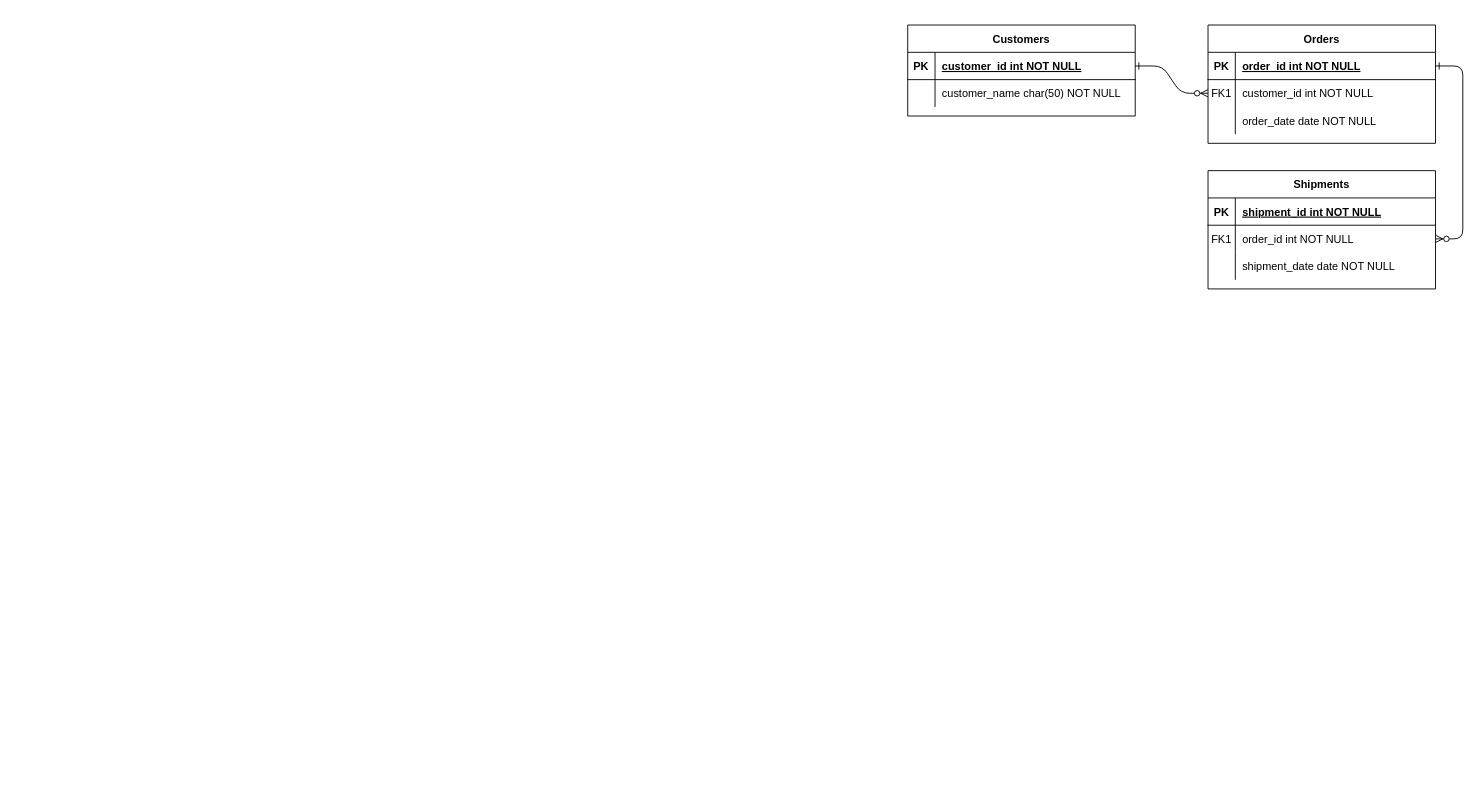
Above: Başlıksız Diyagram.drawio in bilalerdemm/ABAP-Exercises (draw.io), before the change. Source tidied: cells renumbered, new cells numbered last; positions are measured from the earlier drawing's top-left corner, leaving out a move shared by most shapes. Both pictures are drawn from the tidied source at 91%, with x=0, y=0 at pixel (907, 25).
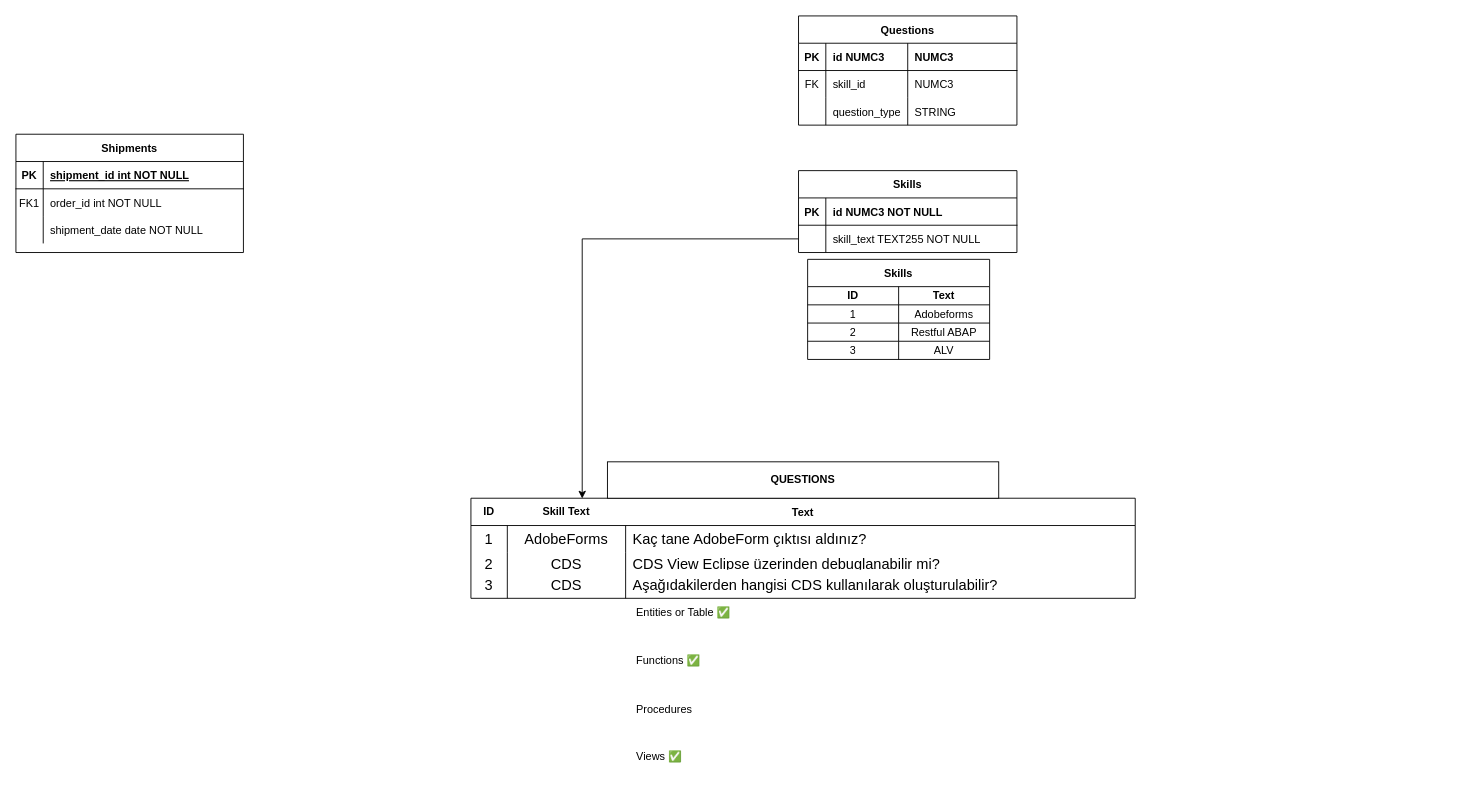
Above is the later version.

The change refers to these unchanged cells:
```xml
<mxCell id="18" style="shape=partialRectangle;fillColor=none;points=[[0,0.5],[1,0.5]];portConstraint=eastwest;top=0;left=0;right=0;bottom=0;" parent="14" vertex="1">
  <mxGeometry y="60" width="250" height="30" as="geometry" />
</mxCell>
```

Change to the diagram source:
```diff
@@
-    <mxCell id="2" style="edgeStyle=entityRelationEdgeStyle;endArrow=ERzeroToMany;startArrow=ERone;endFill=1;startFill=0;" parent="1" edge="1" source="25" target="8">
-      <mxGeometry relative="1" as="geometry" />
-    </mxCell>
-    <mxCell id="3" style="edgeStyle=entityRelationEdgeStyle;endArrow=ERzeroToMany;startArrow=ERone;endFill=1;startFill=0;" parent="1" edge="1" source="5" target="18">
-      <mxGeometry relative="1" as="geometry" />
-    </mxCell>
-    <mxCell id="4" value="Orders" style="shape=table;startSize=30;childLayout=tableLayout;rowLines=0;fontStyle=1;align=center;" parent="1" vertex="1">
-      <mxGeometry x="330" width="250" height="130" as="geometry" />
-    </mxCell>
-    <mxCell id="5" style="shape=partialRectangle;fillColor=none;points=[[0,0.5],[1,0.5]];portConstraint=eastwest;top=0;left=0;right=0;bottom=1;" parent="4" vertex="1">
-      <mxGeometry y="30" width="250" height="30" as="geometry" />
-    </mxCell>
-    <mxCell id="6" value="PK" style="shape=partialRectangle;overflow=hidden;fillColor=none;top=0;left=0;bottom=0;right=0;fontStyle=1;" parent="5" vertex="1">
-      <mxGeometry width="30" height="30" as="geometry" />
-    </mxCell>
-    <mxCell id="7" value="order_id int NOT NULL " style="shape=partialRectangle;overflow=hidden;fillColor=none;top=0;left=0;bottom=0;right=0;align=left;spacingLeft=6;fontStyle=5;" parent="5" vertex="1">
-      <mxGeometry x="30" width="220" height="30" as="geometry" />
-    </mxCell>
-    <mxCell id="8" style="shape=partialRectangle;fillColor=none;points=[[0,0.5],[1,0.5]];portConstraint=eastwest;top=0;left=0;right=0;bottom=0;" parent="4" vertex="1">
-      <mxGeometry y="60" width="250" height="30" as="geometry" />
-    </mxCell>
-    <mxCell id="9" value="FK1" style="shape=partialRectangle;overflow=hidden;fillColor=none;top=0;left=0;bottom=0;right=0;" parent="8" vertex="1">
-      <mxGeometry width="30" height="30" as="geometry" />
-    </mxCell>
-    <mxCell id="10" value="customer_id int NOT NULL" style="shape=partialRectangle;overflow=hidden;fillColor=none;top=0;left=0;bottom=0;right=0;align=left;spacingLeft=6;" parent="8" vertex="1">
-      <mxGeometry x="30" width="220" height="30" as="geometry" />
-    </mxCell>
-    <mxCell id="11" style="shape=partialRectangle;fillColor=none;top=0;left=0;right=0;bottom=0;" parent="4" vertex="1">
-      <mxGeometry y="90" width="250" height="30" as="geometry" />
-    </mxCell>
-    <mxCell id="12" style="shape=partialRectangle;overflow=hidden;fillColor=none;top=0;left=0;bottom=0;right=0;" parent="11" vertex="1">
-      <mxGeometry width="30" height="30" as="geometry" />
-    </mxCell>
-    <mxCell id="13" value="order_date date NOT NULL" style="shape=partialRectangle;overflow=hidden;fillColor=none;top=0;left=0;bottom=0;right=0;align=left;spacingLeft=6;" parent="11" vertex="1">
-      <mxGeometry x="30" width="220" height="30" as="geometry" />
-    </mxCell>
     <mxCell id="14" value="Shipments" style="shape=table;startSize=30;childLayout=tableLayout;rowLines=0;fontStyle=1;align=center;" parent="1" vertex="1">
-      <mxGeometry x="330" y="160" width="250" height="130" as="geometry" />
+      <mxGeometry x="-980" y="120" width="250" height="130" as="geometry" />
     </mxCell>
@@
-    <mxCell id="24" value="Customers" style="shape=table;startSize=30;childLayout=tableLayout;rowLines=0;fontStyle=1;align=center;" parent="1" vertex="1">
-      <mxGeometry width="250" height="100" as="geometry" />
+    <mxCell id="24" value="Skills" style="shape=table;startSize=30;childLayout=tableLayout;rowLines=0;fontStyle=1;align=center;" parent="1" vertex="1">
+      <mxGeometry x="-120" y="160" width="240" height="90" as="geometry" />
     </mxCell>
     <mxCell id="25" style="shape=partialRectangle;fillColor=none;points=[[0,0.5],[1,0.5]];portConstraint=eastwest;top=0;left=0;right=0;bottom=1;" parent="24" vertex="1">
-      <mxGeometry y="30" width="250" height="30" as="geometry" />
+      <mxGeometry y="30" width="240" height="30" as="geometry" />
     </mxCell>
@@
-    <mxCell id="27" value="customer_id int NOT NULL " style="shape=partialRectangle;overflow=hidden;fillColor=none;top=0;left=0;bottom=0;right=0;align=left;spacingLeft=6;fontStyle=5;" parent="25" vertex="1">
-      <mxGeometry x="30" width="220" height="30" as="geometry" />
+    <mxCell id="27" value="id NUMC3 NOT NULL" style="shape=partialRectangle;overflow=hidden;fillColor=none;top=0;left=0;bottom=0;right=0;align=left;spacingLeft=6;fontStyle=1;" parent="25" vertex="1">
+      <mxGeometry x="30" width="210" height="30" as="geometry" />
     </mxCell>
     <mxCell id="28" style="shape=partialRectangle;fillColor=none;points=[[0,0.5],[1,0.5]];portConstraint=eastwest;top=0;left=0;right=0;bottom=0;" parent="24" vertex="1">
-      <mxGeometry y="60" width="250" height="30" as="geometry" />
+      <mxGeometry y="60" width="240" height="30" as="geometry" />
     </mxCell>
@@
-    <mxCell id="30" value="customer_name char(50) NOT NULL" style="shape=partialRectangle;overflow=hidden;fillColor=none;top=0;left=0;bottom=0;right=0;align=left;spacingLeft=6;" parent="28" vertex="1">
-      <mxGeometry x="30" width="220" height="30" as="geometry" />
+    <mxCell id="30" value="skill_text TEXT255 NOT NULL" style="shape=partialRectangle;overflow=hidden;fillColor=none;top=0;left=0;bottom=0;right=0;align=left;spacingLeft=6;" parent="28" vertex="1">
+      <mxGeometry x="30" width="210" height="30" as="geometry" />
     </mxCell>
+    <mxCell id="31" value="Skills" style="shape=table;startSize=30;childLayout=tableLayout;strokeColor=default;fontSize=12;fontStyle=1;" parent="1" vertex="1">
+      <mxGeometry x="-110" y="257.5" width="200" height="110" as="geometry" />
+    </mxCell>
+    <mxCell id="32" style="shape=tableRow;horizontal=0;startSize=0;swimlaneHead=0;swimlaneBody=0;strokeColor=inherit;top=0;left=0;bottom=0;right=0;fillColor=none;fontSize=16;" parent="31" vertex="1">
+      <mxGeometry y="30" width="200" height="20" as="geometry" />
+    </mxCell>
+    <mxCell id="33" value="ID" style="shape=partialRectangle;html=1;whiteSpace=wrap;strokeColor=inherit;overflow=hidden;fillColor=none;top=0;left=0;bottom=0;right=0;fontSize=12;fontStyle=1;" parent="32" vertex="1">
+      <mxGeometry width="100" height="20" as="geometry" />
+    </mxCell>
+    <mxCell id="34" value="Text" style="shape=partialRectangle;html=1;whiteSpace=wrap;strokeColor=inherit;overflow=hidden;fillColor=none;top=0;left=0;bottom=0;right=0;fontSize=12;fontStyle=1;" parent="32" vertex="1">
+      <mxGeometry x="100" width="100" height="20" as="geometry" />
+    </mxCell>
+    <mxCell id="35" style="shape=tableRow;horizontal=0;startSize=0;swimlaneHead=0;swimlaneBody=0;strokeColor=inherit;top=0;left=0;bottom=0;right=0;fillColor=none;fontSize=16;" parent="31" vertex="1">
+      <mxGeometry y="50" width="200" height="20" as="geometry" />
+    </mxCell>
+    <mxCell id="36" value="1" style="shape=partialRectangle;html=1;whiteSpace=wrap;strokeColor=inherit;overflow=hidden;fillColor=none;top=0;left=0;bottom=0;right=0;fontSize=12;" parent="35" vertex="1">
+      <mxGeometry width="100" height="20" as="geometry" />
+    </mxCell>
+    <mxCell id="37" value="Adobeforms" style="shape=partialRectangle;html=1;whiteSpace=wrap;strokeColor=inherit;overflow=hidden;fillColor=none;top=0;left=0;bottom=0;right=0;fontSize=12;" parent="35" vertex="1">
+      <mxGeometry x="100" width="100" height="20" as="geometry" />
+    </mxCell>
+    <mxCell id="38" style="shape=tableRow;horizontal=0;startSize=0;swimlaneHead=0;swimlaneBody=0;strokeColor=inherit;top=0;left=0;bottom=0;right=0;fillColor=none;fontSize=16;" parent="31" vertex="1">
+      <mxGeometry y="70" width="200" height="20" as="geometry" />
+    </mxCell>
+    <mxCell id="39" value="2" style="shape=partialRectangle;html=1;whiteSpace=wrap;strokeColor=inherit;overflow=hidden;fillColor=none;top=0;left=0;bottom=0;right=0;fontSize=12;" parent="38" vertex="1">
+      <mxGeometry width="100" height="20" as="geometry" />
+    </mxCell>
+    <mxCell id="40" value="Restful ABAP" style="shape=partialRectangle;html=1;whiteSpace=wrap;strokeColor=inherit;overflow=hidden;fillColor=none;top=0;left=0;bottom=0;right=0;fontSize=12;" parent="38" vertex="1">
+      <mxGeometry x="100" width="100" height="20" as="geometry" />
+    </mxCell>
+    <mxCell id="41" style="shape=tableRow;horizontal=0;startSize=0;swimlaneHead=0;swimlaneBody=0;strokeColor=inherit;top=0;left=0;bottom=0;right=0;fillColor=none;fontSize=16;" parent="31" vertex="1">
+      <mxGeometry y="90" width="200" height="20" as="geometry" />
+    </mxCell>
+    <mxCell id="42" value="3" style="shape=partialRectangle;html=1;whiteSpace=wrap;strokeColor=inherit;overflow=hidden;fillColor=none;top=0;left=0;bottom=0;right=0;fontSize=12;" parent="41" vertex="1">
+      <mxGeometry width="100" height="20" as="geometry" />
+    </mxCell>
+    <mxCell id="43" value="ALV" style="shape=partialRectangle;html=1;whiteSpace=wrap;strokeColor=inherit;overflow=hidden;fillColor=none;top=0;left=0;bottom=0;right=0;fontSize=12;" parent="41" vertex="1">
+      <mxGeometry x="100" width="100" height="20" as="geometry" />
+    </mxCell>
+    <mxCell id="44" value="Text" style="shape=table;startSize=30;childLayout=tableLayout;rowLines=0;fontStyle=1;strokeColor=default;fontSize=12;" parent="1" vertex="1">
+      <mxGeometry x="-480" y="520" width="730" height="110" as="geometry" />
+    </mxCell>
+    <mxCell id="45" style="shape=tableRow;horizontal=0;startSize=0;swimlaneHead=0;swimlaneBody=0;top=0;left=0;bottom=0;right=0;fillColor=none;strokeColor=inherit;fontSize=16;" parent="44" vertex="1">
+      <mxGeometry y="30" width="730" height="30" as="geometry" />
+    </mxCell>
+    <mxCell id="46" value="1" style="shape=partialRectangle;html=1;whiteSpace=wrap;fillColor=none;top=0;left=0;bottom=0;right=0;overflow=hidden;strokeColor=inherit;fontSize=16;" parent="45" vertex="1">
+      <mxGeometry width="40" height="30" as="geometry" />
+    </mxCell>
+    <mxCell id="47" value="AdobeForms" style="shape=partialRectangle;html=1;whiteSpace=wrap;fillColor=none;top=0;left=0;bottom=0;right=0;overflow=hidden;strokeColor=inherit;fontSize=16;" parent="45" vertex="1">
+      <mxGeometry x="40" width="130" height="30" as="geometry" />
+    </mxCell>
+    <mxCell id="48" value="Kaç tane AdobeForm çıktısı aldınız?" style="shape=partialRectangle;html=1;whiteSpace=wrap;fillColor=none;top=0;left=0;bottom=0;right=0;align=left;spacingLeft=6;overflow=hidden;strokeColor=inherit;fontSize=16;" parent="45" vertex="1">
+      <mxGeometry x="170" width="560" height="30" as="geometry" />
+    </mxCell>
+    <mxCell id="49" style="shape=tableRow;horizontal=0;startSize=0;swimlaneHead=0;swimlaneBody=0;top=0;left=0;bottom=0;right=0;fillColor=none;strokeColor=inherit;fontSize=16;" parent="44" vertex="1">
+      <mxGeometry y="60" width="730" height="20" as="geometry" />
+    </mxCell>
+    <mxCell id="50" value="2" style="shape=partialRectangle;html=1;whiteSpace=wrap;fillColor=none;top=0;left=0;bottom=0;right=0;overflow=hidden;strokeColor=inherit;fontSize=16;" parent="49" vertex="1">
+      <mxGeometry width="40" height="20" as="geometry" />
+    </mxCell>
+    <mxCell id="51" value="CDS" style="shape=partialRectangle;html=1;whiteSpace=wrap;fillColor=none;top=0;left=0;bottom=0;right=0;overflow=hidden;strokeColor=inherit;fontSize=16;" parent="49" vertex="1">
+      <mxGeometry x="40" width="130" height="20" as="geometry" />
+    </mxCell>
+    <mxCell id="52" value="CDS View Eclipse üzerinden debuglanabilir mi?" style="shape=partialRectangle;html=1;whiteSpace=wrap;fillColor=none;top=0;left=0;bottom=0;right=0;align=left;spacingLeft=6;overflow=hidden;strokeColor=inherit;fontSize=16;" parent="49" vertex="1">
+      <mxGeometry x="170" width="560" height="20" as="geometry" />
+    </mxCell>
+    <mxCell id="53" style="shape=tableRow;horizontal=0;startSize=0;swimlaneHead=0;swimlaneBody=0;top=0;left=0;bottom=0;right=0;fillColor=none;strokeColor=inherit;fontSize=16;" parent="44" vertex="1">
+      <mxGeometry y="80" width="730" height="30" as="geometry" />
+    </mxCell>
+    <mxCell id="54" value="3" style="shape=partialRectangle;html=1;whiteSpace=wrap;fillColor=none;top=0;left=0;bottom=0;right=0;overflow=hidden;strokeColor=inherit;fontSize=16;" parent="53" vertex="1">
+      <mxGeometry width="40" height="30" as="geometry" />
+    </mxCell>
+    <mxCell id="55" value="CDS" style="shape=partialRectangle;html=1;whiteSpace=wrap;fillColor=none;top=0;left=0;bottom=0;right=0;overflow=hidden;strokeColor=inherit;fontSize=16;" parent="53" vertex="1">
+      <mxGeometry x="40" width="130" height="30" as="geometry" />
+    </mxCell>
+    <mxCell id="56" value="Aşağıdakilerden hangisi CDS kullanılarak oluşturulabilir?" style="shape=partialRectangle;html=1;whiteSpace=wrap;fillColor=none;top=0;left=0;bottom=0;right=0;align=left;spacingLeft=6;overflow=hidden;strokeColor=inherit;fontSize=16;" parent="53" vertex="1">
+      <mxGeometry x="170" width="560" height="30" as="geometry" />
+    </mxCell>
+    <mxCell id="57" value="&lt;b&gt;ID&lt;/b&gt;" style="text;html=1;strokeColor=none;fillColor=none;align=center;verticalAlign=middle;whiteSpace=wrap;rounded=0;" parent="1" vertex="1">
+      <mxGeometry x="-490" y="520" width="60" height="30" as="geometry" />
+    </mxCell>
+    <mxCell id="58" value="&lt;p&gt;Entities or Table ✅&lt;/p&gt;&#10;&lt;p&gt;Functions           ✅&lt;/p&gt;&#10;&lt;p&gt;Procedures&lt;/p&gt;&#10;&lt;p&gt;Views                  ✅&lt;/p&gt;" style="text;whiteSpace=wrap;html=1;" parent="1" vertex="1">
+      <mxGeometry x="-300" y="620" width="320" height="220" as="geometry" />
+    </mxCell>
+    <mxCell id="59" value="&lt;b&gt;Skill Text&lt;/b&gt;" style="text;html=1;strokeColor=none;fillColor=none;align=center;verticalAlign=middle;whiteSpace=wrap;rounded=0;" parent="1" vertex="1">
+      <mxGeometry x="-440" y="520" width="130" height="30" as="geometry" />
+    </mxCell>
+    <mxCell id="60" style="edgeStyle=orthogonalEdgeStyle;rounded=0;jettySize=auto;html=1;exitX=0;exitY=0.5;exitDx=0;exitDy=0;entryX=0.633;entryY=0.011;entryDx=0;entryDy=0;entryPerimeter=0;" parent="1" edge="1" source="28" target="59">
+      <mxGeometry relative="1" as="geometry" />
+    </mxCell>
+    <mxCell id="61" value="&lt;b&gt;QUESTIONS&lt;/b&gt;" style="whiteSpace=wrap;html=1;align=center;" parent="1" vertex="1">
+      <mxGeometry x="-330" y="480" width="430" height="40" as="geometry" />
+    </mxCell>
+    <mxCell id="62" style="group;" parent="1" vertex="1">
+      <mxGeometry x="-120" y="-10" width="240" height="120" as="geometry" />
+    </mxCell>
+    <mxCell id="4" value="Questions" style="shape=table;startSize=30;childLayout=tableLayout;rowLines=0;fontStyle=1;align=center;" parent="62" vertex="1">
+      <mxGeometry width="240" height="120" as="geometry" />
+    </mxCell>
+    <mxCell id="5" style="shape=partialRectangle;fillColor=none;points=[[0,0.5],[1,0.5]];portConstraint=eastwest;top=0;left=0;right=0;bottom=1;" parent="4" vertex="1">
+      <mxGeometry y="30" width="240" height="30" as="geometry" />
+    </mxCell>
+    <mxCell id="6" value="PK" style="shape=partialRectangle;overflow=hidden;fillColor=none;top=0;left=0;bottom=0;right=0;fontStyle=1;" parent="5" vertex="1">
+      <mxGeometry width="30" height="30" as="geometry" />
+    </mxCell>
+    <mxCell id="7" value="id NUMC3 " style="shape=partialRectangle;overflow=hidden;fillColor=none;top=0;left=0;bottom=0;right=0;align=left;spacingLeft=6;fontStyle=1;" parent="5" vertex="1">
+      <mxGeometry x="30" width="90" height="30" as="geometry" />
+    </mxCell>
+    <mxCell id="63" value="NUMC3" style="shape=partialRectangle;overflow=hidden;fillColor=none;top=0;left=0;bottom=0;right=0;align=left;spacingLeft=6;fontStyle=1;" parent="5" vertex="1">
+      <mxGeometry x="120" width="120" height="30" as="geometry" />
+    </mxCell>
+    <mxCell id="8" style="shape=partialRectangle;fillColor=none;points=[[0,0.5],[1,0.5]];portConstraint=eastwest;top=0;left=0;right=0;bottom=0;" parent="4" vertex="1">
+      <mxGeometry y="60" width="240" height="30" as="geometry" />
+    </mxCell>
+    <mxCell id="9" value="FK" style="shape=partialRectangle;overflow=hidden;fillColor=none;top=0;left=0;bottom=0;right=0;" parent="8" vertex="1">
+      <mxGeometry width="30" height="30" as="geometry" />
+    </mxCell>
+    <mxCell id="10" value="skill_id " style="shape=partialRectangle;overflow=hidden;fillColor=none;top=0;left=0;bottom=0;right=0;align=left;spacingLeft=6;" parent="8" vertex="1">
+      <mxGeometry x="30" width="90" height="30" as="geometry" />
+    </mxCell>
+    <mxCell id="64" style="shape=partialRectangle;overflow=hidden;fillColor=none;top=0;left=0;bottom=0;right=0;align=left;spacingLeft=6;fontStyle=1;" parent="8" vertex="1">
+      <mxGeometry x="120" width="120" height="30" as="geometry" />
+    </mxCell>
+    <mxCell id="11" style="shape=partialRectangle;fillColor=none;top=0;left=0;right=0;bottom=0;" parent="4" vertex="1">
+      <mxGeometry y="90" width="240" height="30" as="geometry" />
+    </mxCell>
+    <mxCell id="12" style="shape=partialRectangle;overflow=hidden;fillColor=none;top=0;left=0;bottom=0;right=0;" parent="11" vertex="1">
+      <mxGeometry width="30" height="30" as="geometry" />
+    </mxCell>
+    <mxCell id="13" value="question_type" style="shape=partialRectangle;overflow=hidden;fillColor=none;top=0;left=0;bottom=0;right=0;align=left;spacingLeft=6;" parent="11" vertex="1">
+      <mxGeometry x="30" width="90" height="30" as="geometry" />
+    </mxCell>
+    <mxCell id="65" style="shape=partialRectangle;overflow=hidden;fillColor=none;top=0;left=0;bottom=0;right=0;align=left;spacingLeft=6;" parent="11" vertex="1">
+      <mxGeometry x="120" width="120" height="30" as="geometry" />
+    </mxCell>
+    <mxCell id="66" value="NUMC3" style="shape=partialRectangle;overflow=hidden;fillColor=none;top=0;left=0;bottom=0;right=0;align=left;spacingLeft=6;fontStyle=0;" parent="62" vertex="1">
+      <mxGeometry x="120" y="60" width="120" height="30" as="geometry" />
+    </mxCell>
+    <mxCell id="67" value="STRING" style="shape=partialRectangle;overflow=hidden;fillColor=none;top=0;left=0;bottom=0;right=0;align=left;spacingLeft=6;fontStyle=0;" parent="62" vertex="1">
+      <mxGeometry x="120" y="90" width="120" height="30" as="geometry" />
+    </mxCell>
```
